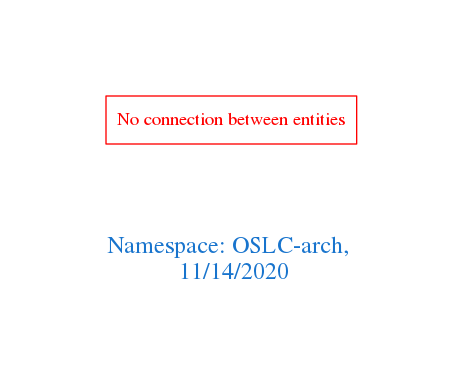
arago/OGIT keeps this Graphviz diagram as downloads/OSLC-arch.png. Above is the earlier version. Its source is kept beside it as downloads/OSLC-arch.dot.
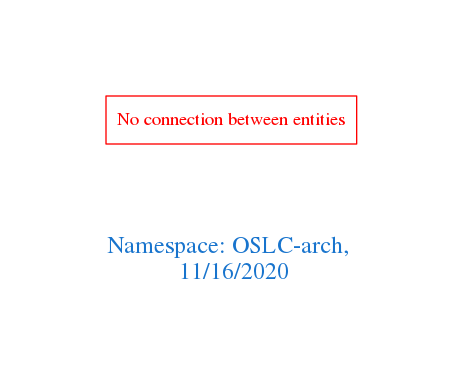
The same diagram one commit later.

Change to the diagram source:
```diff
@@ -1,7 +1,7 @@
 digraph OGIT_ontology {
  graph [ rankdir= LR,pad=1
 fontsize = 18,
-fontcolor= dodgerblue3,label = "\n\n\nNamespace: OSLC-arch, \n 11/14/2020"];
+fontcolor= dodgerblue3,label = "\n\n\nNamespace: OSLC-arch, \n 11/16/2020"];
 node[shape=polygon];
 edge [  color="gray81"];
 
```
